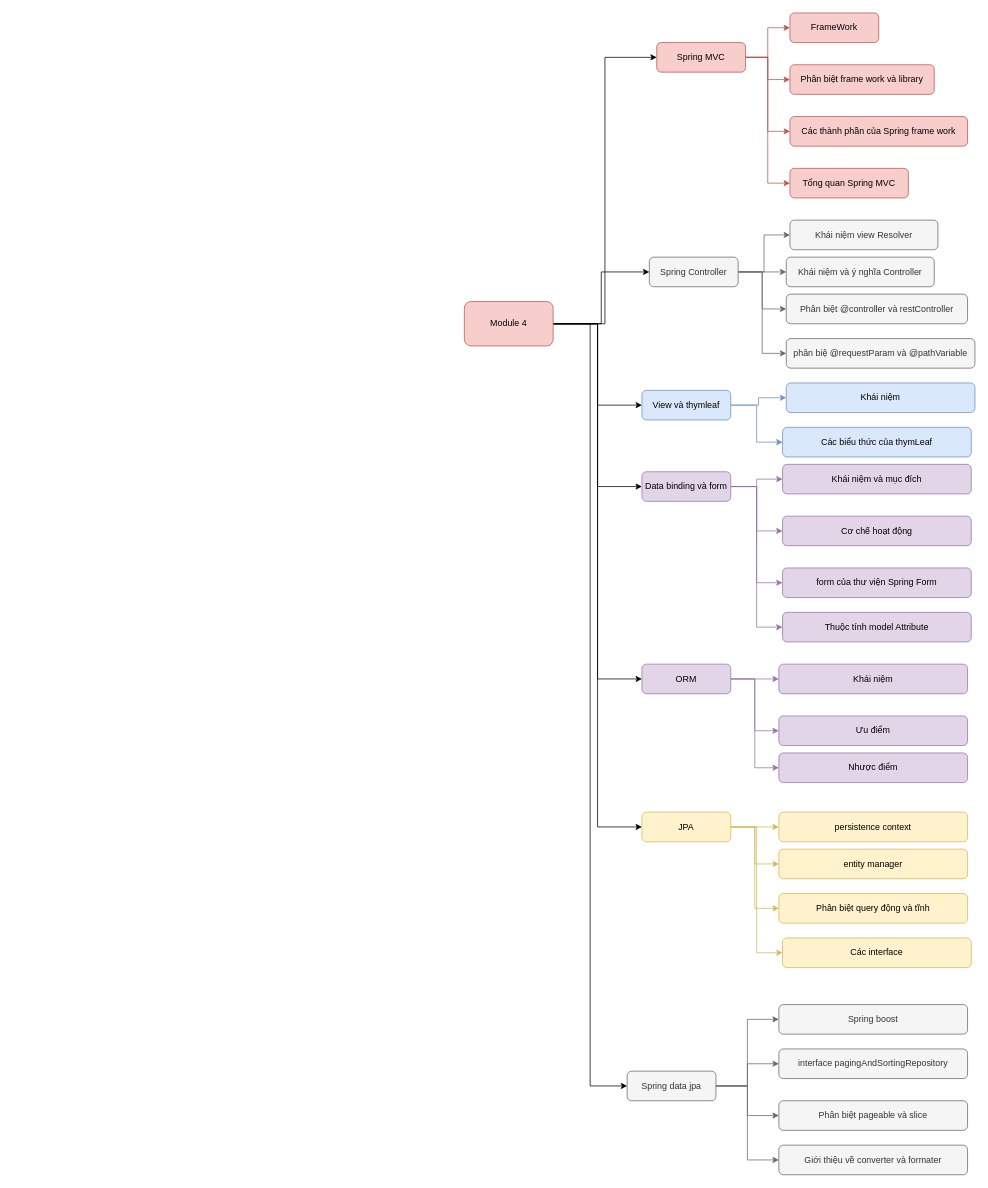
Earlier version of the draw.io diagram Other/MIND MAP/module 4/mm_module4.1.drawio (khaiphan101/C0721G2-Phan-Ng-c-Kh-i). Source tidied: cells renumbered, new cells numbered last; positions are measured from the earlier drawing's top-left corner, leaving out a move shared by most shapes. Both pictures are drawn from the tidied source at 74%, with x=0, y=0 at pixel (464, 13).
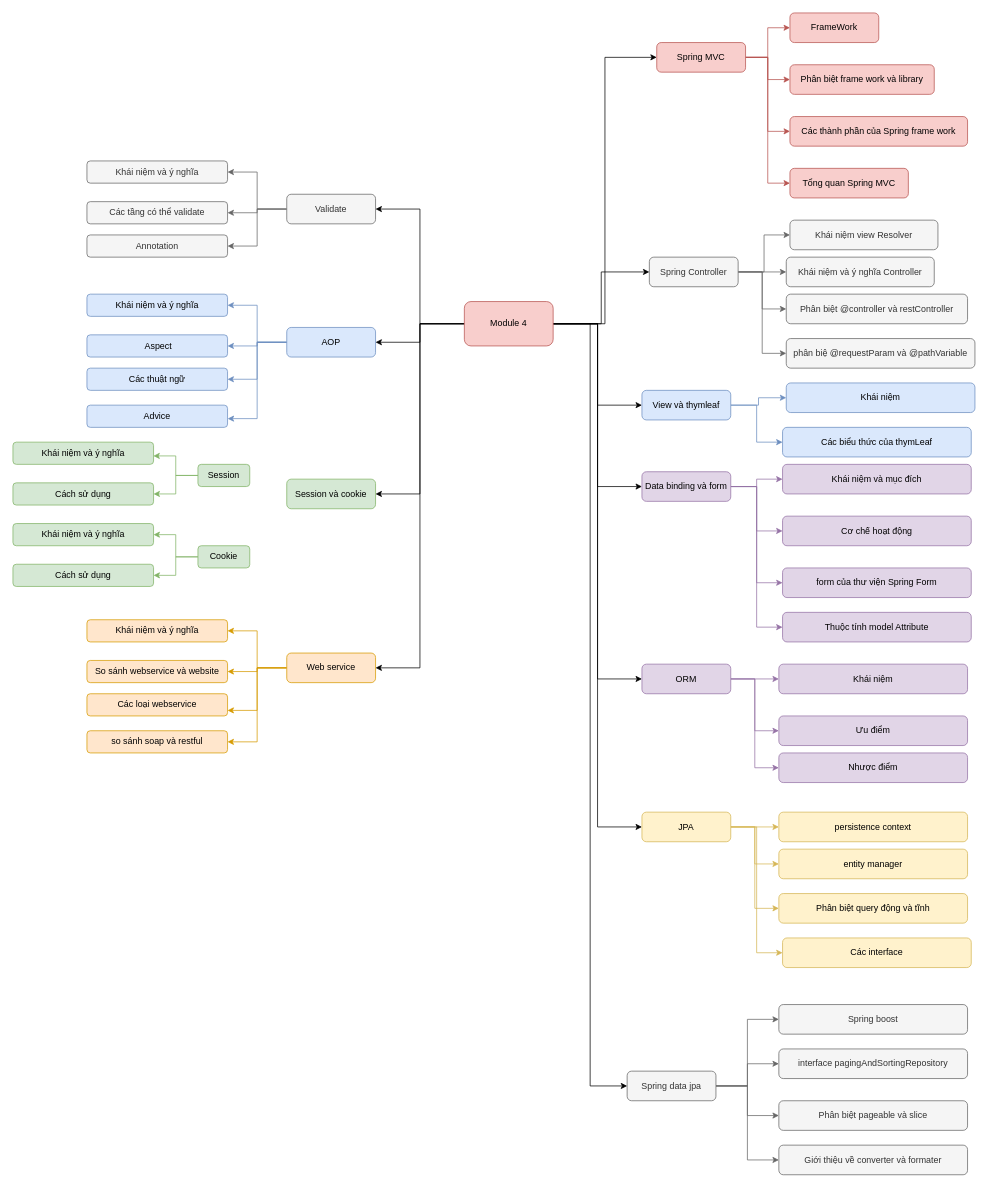
The same page after the edit.

Unchanged cells that the change refers to:
```xml
<mxCell id="66" value="Module 4" style="rounded=1;whiteSpace=wrap;html=1;fillColor=#f8cecc;strokeColor=#b85450;" parent="1" vertex="1">
  <mxGeometry y="390" width="120" height="60" as="geometry" />
</mxCell>
```

Diff of the diagram source:
```diff
@@
+    <mxCell id="67" style="edgeStyle=orthogonalEdgeStyle;rounded=0;jettySize=auto;html=1;entryX=1;entryY=0.5;entryDx=0;entryDy=0;" parent="1" edge="1" source="66" target="74">
+      <mxGeometry relative="1" as="geometry" />
+    </mxCell>
+    <mxCell id="68" style="edgeStyle=orthogonalEdgeStyle;rounded=0;jettySize=auto;html=1;entryX=1;entryY=0.5;entryDx=0;entryDy=0;" parent="1" edge="1" source="66" target="82">
+      <mxGeometry relative="1" as="geometry" />
+    </mxCell>
+    <mxCell id="69" style="edgeStyle=orthogonalEdgeStyle;rounded=0;jettySize=auto;html=1;entryX=1;entryY=0.5;entryDx=0;entryDy=0;" parent="1" edge="1" source="66" target="87">
+      <mxGeometry relative="1" as="geometry" />
+    </mxCell>
+    <mxCell id="70" style="edgeStyle=orthogonalEdgeStyle;rounded=0;jettySize=auto;html=1;entryX=1;entryY=0.5;entryDx=0;entryDy=0;" parent="1" edge="1" source="66" target="102">
+      <mxGeometry relative="1" as="geometry" />
+    </mxCell>
@@
+    <mxCell id="71" style="edgeStyle=orthogonalEdgeStyle;rounded=0;jettySize=auto;html=1;entryX=1;entryY=0.5;entryDx=0;entryDy=0;fillColor=#f5f5f5;strokeColor=#666666;" parent="1" edge="1" source="74" target="75">
+      <mxGeometry relative="1" as="geometry" />
+    </mxCell>
+    <mxCell id="72" style="edgeStyle=orthogonalEdgeStyle;rounded=0;jettySize=auto;html=1;entryX=1;entryY=0.5;entryDx=0;entryDy=0;fillColor=#f5f5f5;strokeColor=#666666;" parent="1" edge="1" source="74" target="76">
+      <mxGeometry relative="1" as="geometry" />
+    </mxCell>
+    <mxCell id="73" style="edgeStyle=orthogonalEdgeStyle;rounded=0;jettySize=auto;html=1;entryX=1;entryY=0.5;entryDx=0;entryDy=0;fillColor=#f5f5f5;strokeColor=#666666;" parent="1" edge="1" source="74" target="77">
+      <mxGeometry relative="1" as="geometry" />
+    </mxCell>
+    <mxCell id="74" value="Validate" style="rounded=1;whiteSpace=wrap;html=1;fillColor=#f5f5f5;fontColor=#333333;strokeColor=#666666;" parent="1" vertex="1">
+      <mxGeometry x="-240" y="245" width="120" height="40" as="geometry" />
+    </mxCell>
+    <mxCell id="75" value="Khái niệm và ý nghĩa" style="rounded=1;whiteSpace=wrap;html=1;fillColor=#f5f5f5;fontColor=#333333;strokeColor=#666666;" parent="1" vertex="1">
+      <mxGeometry x="-510" y="200" width="190" height="30" as="geometry" />
+    </mxCell>
+    <mxCell id="76" value="Các tầng có thể validate" style="rounded=1;whiteSpace=wrap;html=1;fillColor=#f5f5f5;fontColor=#333333;strokeColor=#666666;" parent="1" vertex="1">
+      <mxGeometry x="-510" y="255" width="190" height="30" as="geometry" />
+    </mxCell>
+    <mxCell id="77" value="Annotation" style="rounded=1;whiteSpace=wrap;html=1;fillColor=#f5f5f5;fontColor=#333333;strokeColor=#666666;" parent="1" vertex="1">
+      <mxGeometry x="-510" y="300" width="190" height="30" as="geometry" />
+    </mxCell>
+    <mxCell id="78" style="edgeStyle=orthogonalEdgeStyle;rounded=0;jettySize=auto;html=1;entryX=1;entryY=0.5;entryDx=0;entryDy=0;fillColor=#dae8fc;strokeColor=#6c8ebf;" parent="1" edge="1" source="82" target="83">
+      <mxGeometry relative="1" as="geometry" />
+    </mxCell>
+    <mxCell id="79" style="edgeStyle=orthogonalEdgeStyle;rounded=0;jettySize=auto;html=1;fillColor=#dae8fc;strokeColor=#6c8ebf;" parent="1" edge="1" source="82" target="84">
+      <mxGeometry relative="1" as="geometry" />
+    </mxCell>
+    <mxCell id="80" style="edgeStyle=orthogonalEdgeStyle;rounded=0;jettySize=auto;html=1;entryX=1;entryY=0.5;entryDx=0;entryDy=0;fillColor=#dae8fc;strokeColor=#6c8ebf;" parent="1" edge="1" source="82" target="85">
+      <mxGeometry relative="1" as="geometry" />
+    </mxCell>
+    <mxCell id="81" style="edgeStyle=orthogonalEdgeStyle;rounded=0;jettySize=auto;html=1;entryX=1.001;entryY=0.607;entryDx=0;entryDy=0;entryPerimeter=0;fillColor=#dae8fc;strokeColor=#6c8ebf;" parent="1" edge="1" source="82" target="86">
+      <mxGeometry relative="1" as="geometry" />
+    </mxCell>
+    <mxCell id="82" value="AOP" style="rounded=1;whiteSpace=wrap;html=1;fillColor=#dae8fc;strokeColor=#6c8ebf;" parent="1" vertex="1">
+      <mxGeometry x="-240" y="425" width="120" height="40" as="geometry" />
+    </mxCell>
+    <mxCell id="83" value="Khái niệm và ý nghĩa" style="rounded=1;whiteSpace=wrap;html=1;fillColor=#dae8fc;strokeColor=#6c8ebf;" parent="1" vertex="1">
+      <mxGeometry x="-510" y="380" width="190" height="30" as="geometry" />
+    </mxCell>
+    <mxCell id="84" value="&amp;nbsp;Aspect" style="rounded=1;whiteSpace=wrap;html=1;fillColor=#dae8fc;strokeColor=#6c8ebf;" parent="1" vertex="1">
+      <mxGeometry x="-510" y="435" width="190" height="30" as="geometry" />
+    </mxCell>
+    <mxCell id="85" value="Các thuật ngữ" style="rounded=1;whiteSpace=wrap;html=1;fillColor=#dae8fc;strokeColor=#6c8ebf;" parent="1" vertex="1">
+      <mxGeometry x="-510" y="480" width="190" height="30" as="geometry" />
+    </mxCell>
+    <mxCell id="86" value="Advice" style="rounded=1;whiteSpace=wrap;html=1;fillColor=#dae8fc;strokeColor=#6c8ebf;" parent="1" vertex="1">
+      <mxGeometry x="-510" y="530" width="190" height="30" as="geometry" />
+    </mxCell>
+    <mxCell id="87" value="Session và cookie" style="rounded=1;whiteSpace=wrap;html=1;fillColor=#d5e8d4;strokeColor=#82b366;" parent="1" vertex="1">
+      <mxGeometry x="-240" y="630" width="120" height="40" as="geometry" />
+    </mxCell>
+    <mxCell id="88" value="Khái niệm và ý nghĩa" style="rounded=1;whiteSpace=wrap;html=1;fillColor=#d5e8d4;strokeColor=#82b366;" parent="1" vertex="1">
+      <mxGeometry x="-610" y="580" width="190" height="30" as="geometry" />
+    </mxCell>
+    <mxCell id="89" value="Cách sử dụng" style="rounded=1;whiteSpace=wrap;html=1;fillColor=#d5e8d4;strokeColor=#82b366;" parent="1" vertex="1">
+      <mxGeometry x="-610" y="635" width="190" height="30" as="geometry" />
+    </mxCell>
+    <mxCell id="90" style="edgeStyle=orthogonalEdgeStyle;rounded=0;jettySize=auto;html=1;entryX=0.999;entryY=0.62;entryDx=0;entryDy=0;entryPerimeter=0;fillColor=#d5e8d4;strokeColor=#82b366;" parent="1" edge="1" source="92" target="88">
+      <mxGeometry relative="1" as="geometry" />
+    </mxCell>
+    <mxCell id="91" style="edgeStyle=orthogonalEdgeStyle;rounded=0;jettySize=auto;html=1;entryX=1;entryY=0.5;entryDx=0;entryDy=0;fillColor=#d5e8d4;strokeColor=#82b366;" parent="1" edge="1" source="92" target="89">
+      <mxGeometry relative="1" as="geometry" />
+    </mxCell>
+    <mxCell id="92" value="Session" style="rounded=1;whiteSpace=wrap;html=1;fillColor=#d5e8d4;strokeColor=#82b366;" parent="1" vertex="1">
+      <mxGeometry x="-360" y="610" width="70" height="30" as="geometry" />
+    </mxCell>
+    <mxCell id="93" value="Khái niệm và ý nghĩa" style="rounded=1;whiteSpace=wrap;html=1;fillColor=#d5e8d4;strokeColor=#82b366;" parent="1" vertex="1">
+      <mxGeometry x="-610" y="690" width="190" height="30" as="geometry" />
+    </mxCell>
+    <mxCell id="94" value="Cách sử dụng" style="rounded=1;whiteSpace=wrap;html=1;fillColor=#d5e8d4;strokeColor=#82b366;" parent="1" vertex="1">
+      <mxGeometry x="-610" y="745" width="190" height="30" as="geometry" />
+    </mxCell>
+    <mxCell id="95" style="edgeStyle=orthogonalEdgeStyle;rounded=0;jettySize=auto;html=1;entryX=1;entryY=0.5;entryDx=0;entryDy=0;fillColor=#d5e8d4;strokeColor=#82b366;" parent="1" edge="1" source="97" target="93">
+      <mxGeometry relative="1" as="geometry" />
+    </mxCell>
+    <mxCell id="96" style="edgeStyle=orthogonalEdgeStyle;rounded=0;jettySize=auto;html=1;fillColor=#d5e8d4;strokeColor=#82b366;" parent="1" edge="1" source="97" target="94">
+      <mxGeometry relative="1" as="geometry" />
+    </mxCell>
+    <mxCell id="97" value="Cookie" style="rounded=1;whiteSpace=wrap;html=1;fillColor=#d5e8d4;strokeColor=#82b366;" parent="1" vertex="1">
+      <mxGeometry x="-360" y="720" width="70" height="30" as="geometry" />
+    </mxCell>
+    <mxCell id="98" style="edgeStyle=orthogonalEdgeStyle;rounded=0;jettySize=auto;html=1;entryX=1;entryY=0.5;entryDx=0;entryDy=0;fillColor=#ffe6cc;strokeColor=#d79b00;" parent="1" edge="1" source="102" target="103">
+      <mxGeometry relative="1" as="geometry" />
+    </mxCell>
+    <mxCell id="99" style="edgeStyle=orthogonalEdgeStyle;rounded=0;jettySize=auto;html=1;entryX=1;entryY=0.5;entryDx=0;entryDy=0;fillColor=#ffe6cc;strokeColor=#d79b00;" parent="1" edge="1" source="102" target="104">
+      <mxGeometry relative="1" as="geometry" />
+    </mxCell>
+    <mxCell id="100" style="edgeStyle=orthogonalEdgeStyle;rounded=0;jettySize=auto;html=1;entryX=1;entryY=0.75;entryDx=0;entryDy=0;fillColor=#ffe6cc;strokeColor=#d79b00;" parent="1" edge="1" source="102" target="105">
+      <mxGeometry relative="1" as="geometry" />
+    </mxCell>
+    <mxCell id="101" style="edgeStyle=orthogonalEdgeStyle;rounded=0;jettySize=auto;html=1;entryX=1;entryY=0.5;entryDx=0;entryDy=0;fillColor=#ffe6cc;strokeColor=#d79b00;" parent="1" edge="1" source="102" target="106">
+      <mxGeometry relative="1" as="geometry" />
+    </mxCell>
+    <mxCell id="102" value="Web service" style="rounded=1;whiteSpace=wrap;html=1;fillColor=#ffe6cc;strokeColor=#d79b00;" parent="1" vertex="1">
+      <mxGeometry x="-240" y="865" width="120" height="40" as="geometry" />
+    </mxCell>
+    <mxCell id="103" value="Khái niệm và ý nghĩa" style="rounded=1;whiteSpace=wrap;html=1;fillColor=#ffe6cc;strokeColor=#d79b00;" parent="1" vertex="1">
+      <mxGeometry x="-510" y="820" width="190" height="30" as="geometry" />
+    </mxCell>
+    <mxCell id="104" value="So sánh webservice và website" style="rounded=1;whiteSpace=wrap;html=1;fillColor=#ffe6cc;strokeColor=#d79b00;" parent="1" vertex="1">
+      <mxGeometry x="-510" y="875" width="190" height="30" as="geometry" />
+    </mxCell>
+    <mxCell id="105" value="Các loại webservice" style="rounded=1;whiteSpace=wrap;html=1;fillColor=#ffe6cc;strokeColor=#d79b00;" parent="1" vertex="1">
+      <mxGeometry x="-510" y="920" width="190" height="30" as="geometry" />
+    </mxCell>
+    <mxCell id="106" value="so sánh soap và restful" style="rounded=1;whiteSpace=wrap;html=1;fillColor=#ffe6cc;strokeColor=#d79b00;" parent="1" vertex="1">
+      <mxGeometry x="-510" y="970" width="190" height="30" as="geometry" />
+    </mxCell>
```
